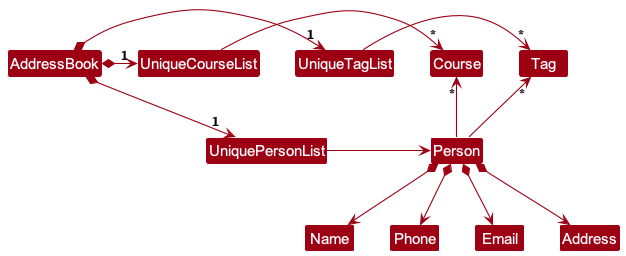
This is docs/images/BetterModelClassDiagram.png from tanteckfang/tp, a PlantUML export, as it was before one commit.
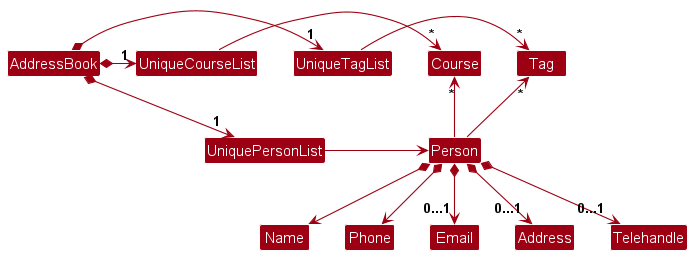
The same diagram one commit later.

Change to the diagram source:
```diff
@@ -22,6 +22,8 @@
 
 Person *--> Name
 Person *--> Phone
-Person *--> Email
-Person *--> Address
+Person *--> "0...1"Email
+Person *--> "0...1"Address
+Person *--> "0...1"Telehandle
+
 @enduml
```
